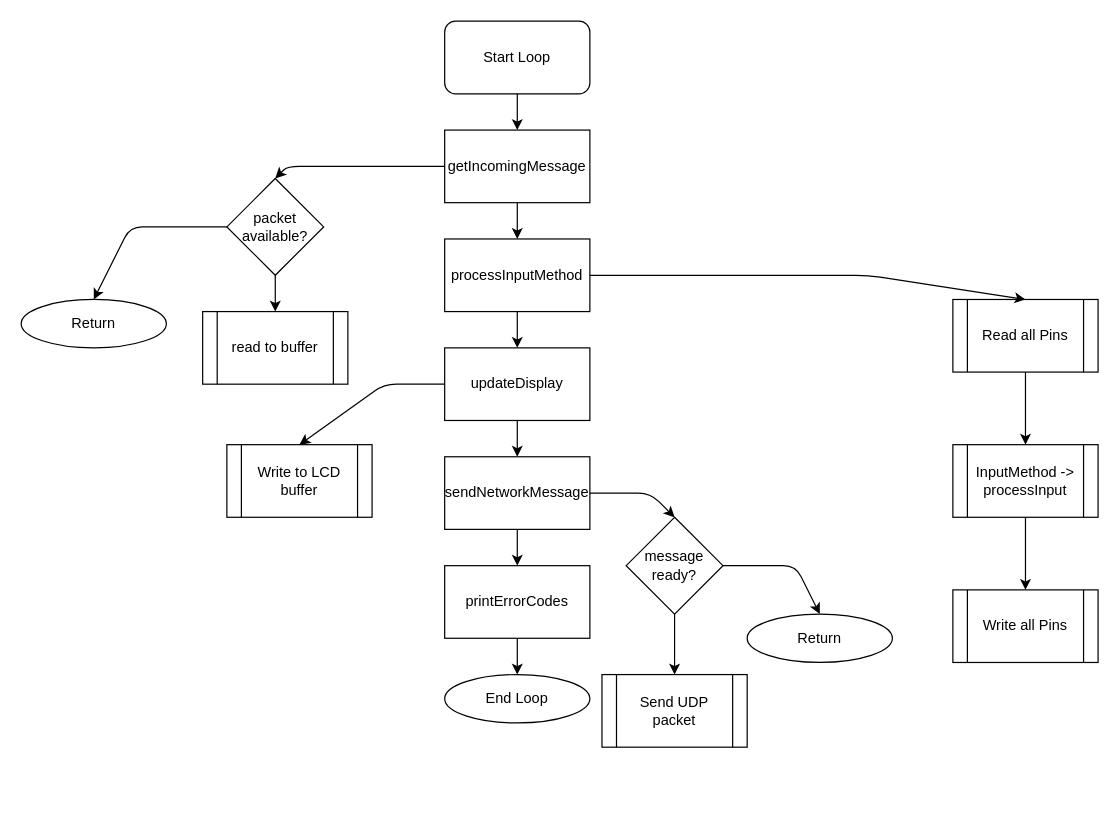
Above: page "Loop" (2 of 2) of glEEmail flow.drawio in Matt-and-Gib/gleemail (draw.io), before the change. Source tidied: cells renumbered, new cells numbered last; positions are measured from the earlier drawing's top-left corner, leaving out a move shared by most shapes. Both pictures are drawn from the tidied source at 121%, with x=0, y=0 at pixel (21, 21).
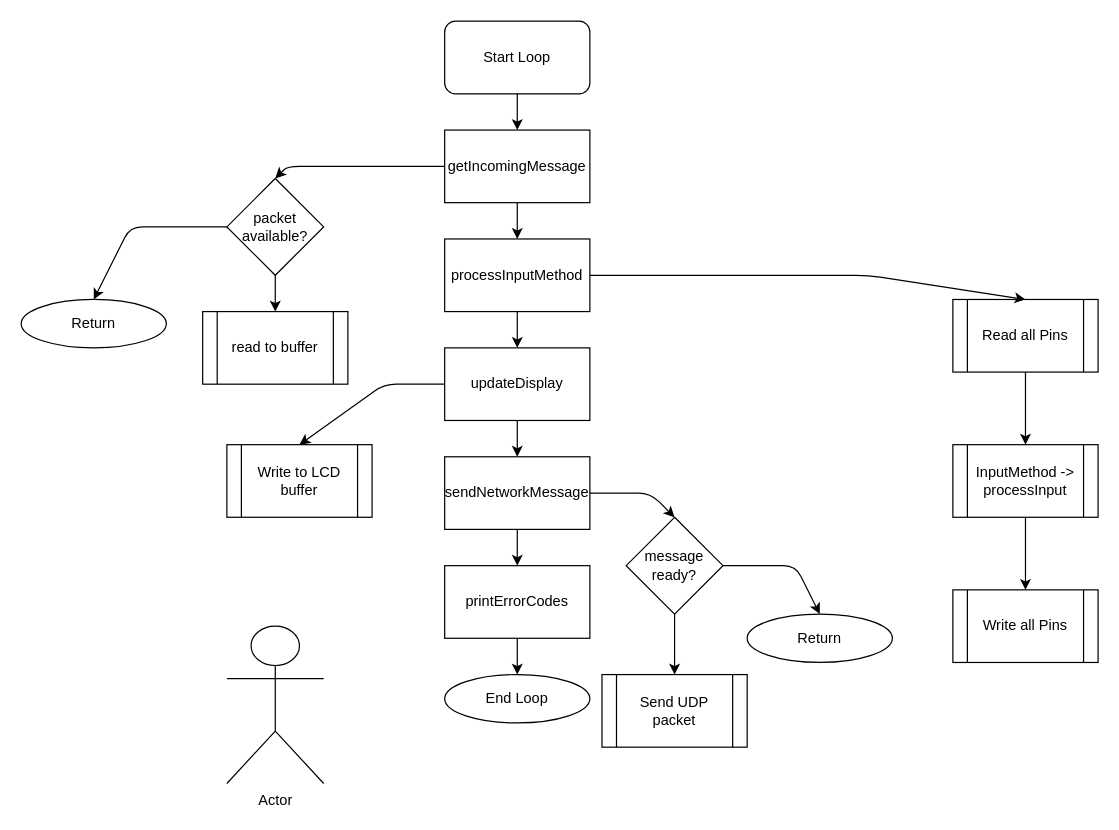
After the change.

Change to the diagram source:
```diff
@@
+    <mxCell id="35" value="Actor" style="shape=umlActor;verticalLabelPosition=bottom;verticalAlign=top;html=1;" parent="1" vertex="1">
+      <mxGeometry x="170" y="500" width="80" height="130" as="geometry" />
+    </mxCell>
```
